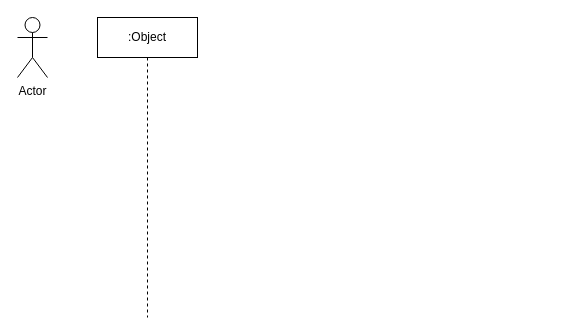
Earlier version of the draw.io diagram did.component.drawio (dltxio/idem-old). Source tidied: cells renumbered, new cells numbered last; positions are measured from the earlier drawing's top-left corner, leaving out a move shared by most shapes. Both pictures are drawn from the tidied source at 100%, with x=0, y=0 at pixel (17, 17).
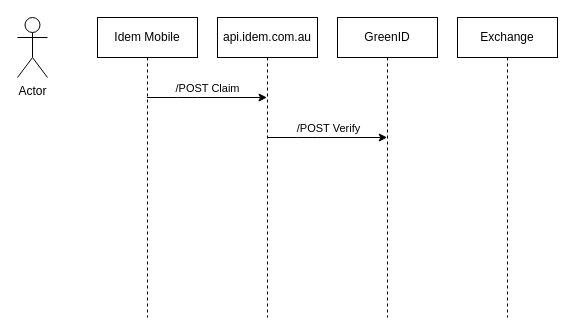
After the change.

Diff of the diagram source:
```diff
@@
 <mxGraphModel>
   <root>
     <mxCell id="0" />
     <mxCell id="1" parent="0" />
     <mxCell id="2" value="Actor" style="shape=umlActor;verticalLabelPosition=bottom;verticalAlign=top;html=1;" parent="1" vertex="1">
       <mxGeometry width="30" height="60" as="geometry" />
     </mxCell>
-    <mxCell id="3" value=":Object" style="shape=umlLifeline;perimeter=lifelinePerimeter;whiteSpace=wrap;html=1;outlineConnect=0;" parent="1" vertex="1">
+    <mxCell id="3" value="Idem Mobile" style="shape=umlLifeline;perimeter=lifelinePerimeter;whiteSpace=wrap;html=1;outlineConnect=0;" parent="1" vertex="1">
       <mxGeometry x="80" width="100" height="300" as="geometry" />
     </mxCell>
+    <mxCell id="4" value="api.idem.com.au" style="shape=umlLifeline;perimeter=lifelinePerimeter;whiteSpace=wrap;html=1;outlineConnect=0;" parent="1" vertex="1">
+      <mxGeometry x="200" width="100" height="300" as="geometry" />
+    </mxCell>
+    <mxCell id="5" value="GreenID" style="shape=umlLifeline;perimeter=lifelinePerimeter;whiteSpace=wrap;html=1;" parent="1" vertex="1">
+      <mxGeometry x="320" width="100" height="300" as="geometry" />
+    </mxCell>
+    <mxCell id="6" value="Exchange" style="shape=umlLifeline;perimeter=lifelinePerimeter;whiteSpace=wrap;html=1;" parent="1" vertex="1">
+      <mxGeometry x="440" width="100" height="300" as="geometry" />
+    </mxCell>
+    <mxCell id="7" style="endArrow=classic;html=1;" parent="1" edge="1" source="3" target="4">
+      <mxGeometry relative="1" as="geometry">
+        <Array as="points">
+          <mxPoint x="170" y="80" />
+        </Array>
+      </mxGeometry>
+    </mxCell>
+    <mxCell id="8" value="/POST Claim" style="edgeLabel;html=1;align=center;verticalAlign=middle;" parent="7" vertex="1">
+      <mxGeometry x="-0.16" relative="1" as="geometry">
+        <mxPoint x="10" y="-10" as="offset" />
+      </mxGeometry>
+    </mxCell>
+    <mxCell id="9" style="endArrow=classic;html=1;" parent="1" edge="1">
+      <mxGeometry relative="1" as="geometry">
+        <mxPoint x="250" y="120" as="sourcePoint" />
+        <mxPoint x="369.7" y="120" as="targetPoint" />
+        <Array as="points">
+          <mxPoint x="290.2" y="120" />
+        </Array>
+      </mxGeometry>
+    </mxCell>
+    <mxCell id="10" value="/POST Verify" style="edgeLabel;html=1;align=center;verticalAlign=middle;" parent="9" vertex="1">
+      <mxGeometry x="-0.16" relative="1" as="geometry">
+        <mxPoint x="10" y="-10" as="offset" />
+      </mxGeometry>
+    </mxCell>
   </root>
 </mxGraphModel>
```
